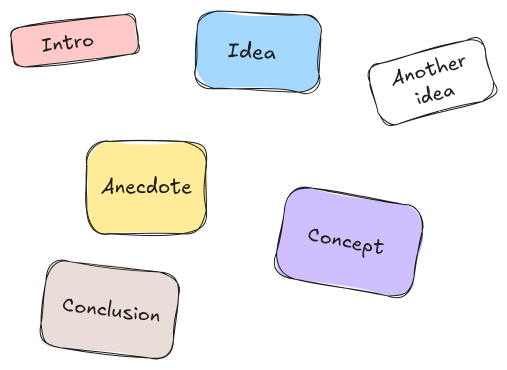
The Excalidraw diagram docs/storybuilding/img/01-bricks.excalidraw.png in NLeSC/data-storytelling, before a commit. Source tidied: one line per element, renumbered; positions are measured from the earlier drawing's top-left corner, leaving out a move shared by most shapes.
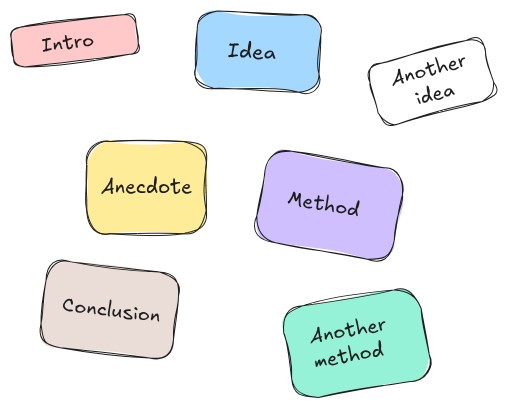
The same file after the commit.

Change to the diagram source:
```diff
@@ -4,9 +4,11 @@
 {"id": 3, "type": "text", "text": "Anecdote", "strokeColor": "#1e1e1e", "backgroundColor": "#eaddd7", "fillStyle": "solid", "strokeWidth": 1, "roughness": 2, "fontSize": 20, "fontFamily": 5, "textAlign": "center", "verticalAlign": "middle", "inside": 2, "x": 89, "y": 162, "width": 91, "height": 25}
 {"id": 4, "type": "rectangle", "strokeColor": "#1e1e1e", "angle": 6.02, "strokeWidth": 1, "roughness": 2, "round": true, "x": 360, "y": 38, "width": 120, "height": 63}
 {"id": 5, "type": "text", "text": "Another\nidea", "strokeColor": "#1e1e1e", "angle": 6.02, "backgroundColor": "#eaddd7", "fillStyle": "solid", "strokeWidth": 1, "roughness": 2, "fontSize": 20, "fontFamily": 5, "textAlign": "center", "verticalAlign": "middle", "inside": 4, "x": 381, "y": 45, "width": 77, "height": 50}
-{"id": 6, "type": "rectangle", "strokeColor": "#1e1e1e", "angle": 0.18, "backgroundColor": "#d0bfff", "fillStyle": "solid", "strokeWidth": 1, "roughness": 2, "round": true, "x": 268, "y": 183, "width": 140, "height": 93}
+{"id": 6, "type": "rectangle", "strokeColor": "#1e1e1e", "angle": 0.18, "backgroundColor": "#d0bfff", "fillStyle": "solid", "strokeWidth": 1, "roughness": 2, "round": true, "x": 248, "y": 146, "width": 140, "height": 93}
+{"id": 12, "type": "rectangle", "strokeColor": "#1e1e1e", "angle": 6.11, "backgroundColor": "#96f2d7", "fillStyle": "solid", "strokeWidth": 1, "roughness": 2, "round": true, "x": 275, "y": 284, "width": 140, "height": 93}
 {"id": 7, "type": "rectangle", "strokeColor": "#1e1e1e", "angle": 0.12, "backgroundColor": "#eaddd7", "fillStyle": "solid", "strokeWidth": 1, "roughness": 2, "round": true, "x": 31, "y": 254, "width": 133, "height": 87}
 {"id": 8, "type": "text", "text": "Idea", "strokeColor": "#1e1e1e", "angle": 0.05, "backgroundColor": "#eaddd7", "fillStyle": "solid", "strokeWidth": 1, "roughness": 2, "fontSize": 21.4, "fontFamily": 5, "x": 216, "y": 26, "width": 49, "height": 27}
-{"id": 9, "type": "text", "text": "Concept", "strokeColor": "#1e1e1e", "angle": 0.18, "backgroundColor": "#eaddd7", "fillStyle": "solid", "strokeWidth": 1, "roughness": 2, "fontSize": 20, "fontFamily": 5, "x": 295, "y": 217, "width": 78, "height": 25}
+{"id": 9, "type": "text", "text": "Method", "strokeColor": "#1e1e1e", "angle": 0.18, "backgroundColor": "#eaddd7", "fillStyle": "solid", "strokeWidth": 1, "roughness": 2, "fontSize": 20, "fontFamily": 5, "x": 275, "y": 179, "width": 73, "height": 25}
 {"id": 10, "type": "text", "text": "Conclusion", "strokeColor": "#1e1e1e", "angle": 0.12, "backgroundColor": "#eaddd7", "fillStyle": "solid", "strokeWidth": 1, "roughness": 2, "fontSize": 20.06, "fontFamily": 5, "x": 50, "y": 286, "width": 99, "height": 25}
 {"id": 11, "type": "text", "text": "Intro", "strokeColor": "#1e1e1e", "angle": 6.16, "strokeWidth": 2, "roughness": 1, "fontSize": 20, "fontFamily": 5, "x": 29, "y": 18, "width": 53, "height": 25}
+{"id": 13, "type": "text", "text": "Another\nmethod", "strokeColor": "#1e1e1e", "angle": 6.11, "backgroundColor": "#96f2d7", "fillStyle": "solid", "strokeWidth": 2, "roughness": 1, "fontSize": 20, "fontFamily": 5, "x": 299, "y": 306, "width": 77, "height": 50}
```
